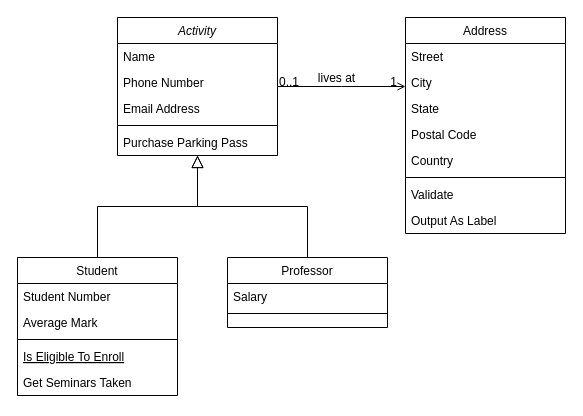
Before: page "activity" (1 of 4) of 未命名绘图.drawio in yumc1991/draw.io, a draw.io diagram. Source tidied: cells renumbered, new cells numbered last; positions are measured from the earlier drawing's top-left corner, leaving out a move shared by most shapes. Both pictures are drawn from the tidied source at 100%, with x=0, y=0 at pixel (17, 17).
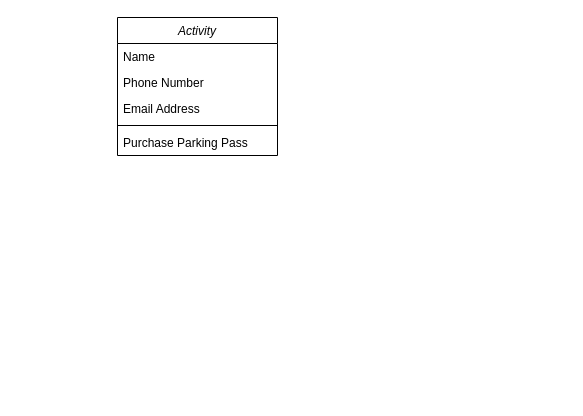
Above is the later version.

Commit message:
更新未命名绘图.drawio

Unchanged cells that the change refers to:
```xml
<mxCell id="2" value="Activity" style="swimlane;fontStyle=2;align=center;verticalAlign=top;horizontal=1;startSize=26;rounded=0;shadow=0;strokeWidth=1;" parent="1" vertex="1">
  <mxGeometry x="100" width="160" height="138" as="geometry" />
</mxCell>
```

What changed in the source:
```diff
@@
-    <mxCell id="8" value="Student" style="swimlane;fontStyle=0;align=center;verticalAlign=top;horizontal=1;startSize=26;rounded=0;shadow=0;strokeWidth=1;" parent="1" vertex="1">
-      <mxGeometry y="240" width="160" height="138" as="geometry" />
-    </mxCell>
-    <mxCell id="9" value="Student Number" style="text;align=left;verticalAlign=top;spacingLeft=4;spacingRight=4;overflow=hidden;" parent="8" vertex="1">
-      <mxGeometry y="26" width="160" height="26" as="geometry" />
-    </mxCell>
-    <mxCell id="10" value="Average Mark" style="text;align=left;verticalAlign=top;spacingLeft=4;spacingRight=4;overflow=hidden;rounded=0;shadow=0;html=0;" parent="8" vertex="1">
-      <mxGeometry y="52" width="160" height="26" as="geometry" />
-    </mxCell>
-    <mxCell id="11" style="line;html=1;strokeWidth=1;align=left;verticalAlign=middle;spacingTop=-1;spacingLeft=3;spacingRight=3;labelPosition=right;" parent="8" vertex="1">
-      <mxGeometry y="78" width="160" height="8" as="geometry" />
-    </mxCell>
-    <mxCell id="12" value="Is Eligible To Enroll" style="text;align=left;verticalAlign=top;spacingLeft=4;spacingRight=4;overflow=hidden;fontStyle=4;" parent="8" vertex="1">
-      <mxGeometry y="86" width="160" height="26" as="geometry" />
-    </mxCell>
-    <mxCell id="13" value="Get Seminars Taken" style="text;align=left;verticalAlign=top;spacingLeft=4;spacingRight=4;overflow=hidden;" parent="8" vertex="1">
-      <mxGeometry y="112" width="160" height="26" as="geometry" />
-    </mxCell>
-    <mxCell id="14" style="endArrow=block;endSize=10;endFill=0;shadow=0;strokeWidth=1;rounded=0;edgeStyle=elbowEdgeStyle;elbow=vertical;" parent="1" edge="1" source="8" target="2">
-      <mxGeometry relative="1" as="geometry" />
-    </mxCell>
-    <mxCell id="15" value="Professor" style="swimlane;fontStyle=0;align=center;verticalAlign=top;horizontal=1;startSize=26;rounded=0;shadow=0;strokeWidth=1;" parent="1" vertex="1">
-      <mxGeometry x="210" y="240" width="160" height="70" as="geometry" />
-    </mxCell>
-    <mxCell id="16" value="Salary" style="text;align=left;verticalAlign=top;spacingLeft=4;spacingRight=4;overflow=hidden;" parent="15" vertex="1">
-      <mxGeometry y="26" width="160" height="26" as="geometry" />
-    </mxCell>
-    <mxCell id="17" style="line;html=1;strokeWidth=1;align=left;verticalAlign=middle;spacingTop=-1;spacingLeft=3;spacingRight=3;labelPosition=right;" parent="15" vertex="1">
-      <mxGeometry y="52" width="160" height="8" as="geometry" />
-    </mxCell>
-    <mxCell id="18" style="endArrow=block;endSize=10;endFill=0;shadow=0;strokeWidth=1;rounded=0;edgeStyle=elbowEdgeStyle;elbow=vertical;" parent="1" edge="1" source="15" target="2">
-      <mxGeometry relative="1" as="geometry" />
-    </mxCell>
-    <mxCell id="19" value="Address" style="swimlane;fontStyle=0;align=center;verticalAlign=top;horizontal=1;startSize=26;rounded=0;shadow=0;strokeWidth=1;" parent="1" vertex="1">
-      <mxGeometry x="388" width="160" height="216" as="geometry" />
-    </mxCell>
-    <mxCell id="20" value="Street" style="text;align=left;verticalAlign=top;spacingLeft=4;spacingRight=4;overflow=hidden;" parent="19" vertex="1">
-      <mxGeometry y="26" width="160" height="26" as="geometry" />
-    </mxCell>
-    <mxCell id="21" value="City" style="text;align=left;verticalAlign=top;spacingLeft=4;spacingRight=4;overflow=hidden;rounded=0;shadow=0;html=0;" parent="19" vertex="1">
-      <mxGeometry y="52" width="160" height="26" as="geometry" />
-    </mxCell>
-    <mxCell id="22" value="State" style="text;align=left;verticalAlign=top;spacingLeft=4;spacingRight=4;overflow=hidden;rounded=0;shadow=0;html=0;" parent="19" vertex="1">
-      <mxGeometry y="78" width="160" height="26" as="geometry" />
-    </mxCell>
-    <mxCell id="23" value="Postal Code" style="text;align=left;verticalAlign=top;spacingLeft=4;spacingRight=4;overflow=hidden;rounded=0;shadow=0;html=0;" parent="19" vertex="1">
-      <mxGeometry y="104" width="160" height="26" as="geometry" />
-    </mxCell>
-    <mxCell id="24" value="Country" style="text;align=left;verticalAlign=top;spacingLeft=4;spacingRight=4;overflow=hidden;rounded=0;shadow=0;html=0;" parent="19" vertex="1">
-      <mxGeometry y="130" width="160" height="26" as="geometry" />
-    </mxCell>
-    <mxCell id="25" style="line;html=1;strokeWidth=1;align=left;verticalAlign=middle;spacingTop=-1;spacingLeft=3;spacingRight=3;labelPosition=right;" parent="19" vertex="1">
-      <mxGeometry y="156" width="160" height="8" as="geometry" />
-    </mxCell>
-    <mxCell id="26" value="Validate" style="text;align=left;verticalAlign=top;spacingLeft=4;spacingRight=4;overflow=hidden;" parent="19" vertex="1">
-      <mxGeometry y="164" width="160" height="26" as="geometry" />
-    </mxCell>
-    <mxCell id="27" value="Output As Label" style="text;align=left;verticalAlign=top;spacingLeft=4;spacingRight=4;overflow=hidden;" parent="19" vertex="1">
-      <mxGeometry y="190" width="160" height="26" as="geometry" />
-    </mxCell>
-    <mxCell id="28" style="endArrow=open;shadow=0;strokeWidth=1;rounded=0;endFill=1;edgeStyle=elbowEdgeStyle;elbow=vertical;" parent="1" edge="1" source="2" target="19">
-      <mxGeometry x="0.5" y="41" relative="1" as="geometry">
-        <mxPoint x="-40" y="32" as="offset" />
-      </mxGeometry>
-    </mxCell>
-    <mxCell id="29" value="0..1" style="align=left;verticalAlign=bottom;labelBackgroundColor=none;fontSize=12;" parent="28" vertex="1">
-      <mxGeometry x="-1" relative="1" as="geometry">
-        <mxPoint y="4" as="offset" />
-      </mxGeometry>
-    </mxCell>
-    <mxCell id="30" value="1" style="align=right;verticalAlign=bottom;labelBackgroundColor=none;fontSize=12;" parent="28" vertex="1">
-      <mxGeometry x="1" relative="1" as="geometry">
-        <mxPoint x="-7" y="4" as="offset" />
-      </mxGeometry>
-    </mxCell>
-    <mxCell id="31" value="lives at" style="text;html=1;align=center;verticalAlign=middle;labelBackgroundColor=none;rounded=0;shadow=0;strokeWidth=1;fontSize=12;" parent="28" vertex="1">
-      <mxGeometry x="0.5" y="49" relative="1" as="geometry">
-        <mxPoint x="-38" y="40" as="offset" />
-      </mxGeometry>
-    </mxCell>
```
